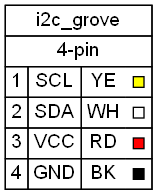
bareboat-necessities/wireviz-4-boats keeps this Graphviz diagram as i2c/i2c-grove.png. Above is the earlier version. Its source is kept beside it as i2c/i2c-grove.gv. The source it was exported from:
```dot
graph {
	graph [bgcolor="#FFFFFF" fontname=arial nodesep=0.33 rankdir=LR ranksep=2]
	node [fillcolor="#FFFFFF" fontname=arial height=0 margin=0 shape=none style=filled width=0]
	edge [fontname=arial style=bold]
	i2c_grove [label=<
<table border="0" cellspacing="0" cellpadding="0">
 <tr><td>
  <table border="0" cellspacing="0" cellpadding="3" cellborder="1"><tr>
   <td balign="left">i2c_grove</td>
  </tr></table>
 </td></tr>
 <tr><td>
  <table border="0" cellspacing="0" cellpadding="3" cellborder="1"><tr>
   <td balign="left">4-pin</td>
  </tr></table>
 </td></tr>
 <tr><td>
  <table border="0" cellspacing="0" cellpadding="3" cellborder="1">
   <tr>
    <td port="p1l">1</td>
    <td>SCL</td>
    <td sides="tbl">YE</td>
    <td sides="tbr">
     <table border="0" cellborder="1"><tr>
      <td bgcolor="#FFFF00" width="8" height="8" fixedsize="true"></td>
     </tr></table>
    </td>
   </tr>
   <tr>
    <td port="p2l">2</td>
    <td>SDA</td>
    <td sides="tbl">WH</td>
    <td sides="tbr">
     <table border="0" cellborder="1"><tr>
      <td bgcolor="#FFFFFF" width="8" height="8" fixedsize="true"></td>
     </tr></table>
    </td>
   </tr>
   <tr>
    <td port="p3l">3</td>
    <td>VCC</td>
    <td sides="tbl">RD</td>
    <td sides="tbr">
     <table border="0" cellborder="1"><tr>
      <td bgcolor="#FF0000" width="8" height="8" fixedsize="true"></td>
     </tr></table>
    </td>
   </tr>
   <tr>
    <td port="p4l">4</td>
    <td>GND</td>
    <td sides="tbl">BK</td>
    <td sides="tbr">
     <table border="0" cellborder="1"><tr>
      <td bgcolor="#000000" width="8" height="8" fixedsize="true"></td>
     </tr></table>
    </td>
   </tr>
  </table>
 </td></tr>
</table>
> fillcolor="#FFFFFF" shape=box style=filled]
}
```
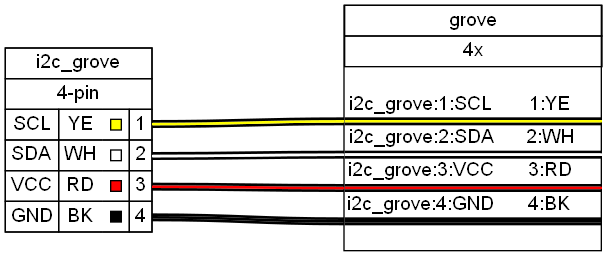
The same diagram one commit later.

What changed in the source:
```diff
@@ -17,7 +17,6 @@
  <tr><td>
   <table border="0" cellspacing="0" cellpadding="3" cellborder="1">
    <tr>
-    <td port="p1l">1</td>
     <td>SCL</td>
     <td sides="tbl">YE</td>
     <td sides="tbr">
@@ -25,9 +24,9 @@
       <td bgcolor="#FFFF00" width="8" height="8" fixedsize="true"></td>
      </tr></table>
     </td>
+    <td port="p1r">1</td>
    </tr>
    <tr>
-    <td port="p2l">2</td>
     <td>SDA</td>
     <td sides="tbl">WH</td>
     <td sides="tbr">
@@ -35,9 +34,9 @@
       <td bgcolor="#FFFFFF" width="8" height="8" fixedsize="true"></td>
      </tr></table>
     </td>
+    <td port="p2r">2</td>
    </tr>
    <tr>
-    <td port="p3l">3</td>
     <td>VCC</td>
     <td sides="tbl">RD</td>
     <td sides="tbr">
@@ -45,9 +44,9 @@
       <td bgcolor="#FF0000" width="8" height="8" fixedsize="true"></td>
      </tr></table>
     </td>
+    <td port="p3r">3</td>
    </tr>
    <tr>
-    <td port="p4l">4</td>
     <td>GND</td>
     <td sides="tbl">BK</td>
     <td sides="tbr">
@@ -55,9 +54,102 @@
       <td bgcolor="#000000" width="8" height="8" fixedsize="true"></td>
      </tr></table>
     </td>
+    <td port="p4r">4</td>
    </tr>
   </table>
  </td></tr>
 </table>
 > fillcolor="#FFFFFF" shape=box style=filled]
+	edge [color="#000000:#ffff00:#000000"]
+	i2c_grove:p1r:e -- grove:w1:w
+	edge [color="#000000:#ffffff:#000000"]
+	i2c_grove:p2r:e -- grove:w2:w
+	edge [color="#000000:#ff0000:#000000"]
+	i2c_grove:p3r:e -- grove:w3:w
+	edge [color="#000000:#000000:#000000"]
+	i2c_grove:p4r:e -- grove:w4:w
+	grove [label=<
+<table border="0" cellspacing="0" cellpadding="0">
+ <tr><td>
+  <table border="0" cellspacing="0" cellpadding="3" cellborder="1"><tr>
+   <td balign="left">grove</td>
+  </tr></table>
+ </td></tr>
+ <tr><td>
+  <table border="0" cellspacing="0" cellpadding="3" cellborder="1"><tr>
+   <td balign="left">4x</td>
+  </tr></table>
+ </td></tr>
+ <tr><td>
+  <table border="0" cellspacing="0" cellborder="0">
+   <tr><td>&nbsp;</td></tr>
+   <tr>
+    <td>i2c_grove:1:SCL</td>
+    <td>
+     1:YE
+    </td>
+    <td><!-- 1_out --></td>
+   </tr>
+   <tr>
+    <td colspan="3" border="0" cellspacing="0" cellpadding="0" port="w1" height="6">
+     <table cellspacing="0" cellborder="0" border="0">
+      <tr><td colspan="3" cellpadding="0" height="2" bgcolor="#000000" border="0"></td></tr>
+      <tr><td colspan="3" cellpadding="0" height="2" bgcolor="#ffff00" border="0"></td></tr>
+      <tr><td colspan="3" cellpadding="0" height="2" bgcolor="#000000" border="0"></td></tr>
+     </table>
+    </td>
+   </tr>
+   <tr>
+    <td>i2c_grove:2:SDA</td>
+    <td>
+     2:WH
+    </td>
+    <td><!-- 2_out --></td>
+   </tr>
+   <tr>
+    <td colspan="3" border="0" cellspacing="0" cellpadding="0" port="w2" height="6">
+     <table cellspacing="0" cellborder="0" border="0">
+      <tr><td colspan="3" cellpadding="0" height="2" bgcolor="#000000" border="0"></td></tr>
+      <tr><td colspan="3" cellpadding="0" height="2" bgcolor="#ffffff" border="0"></td></tr>
+      <tr><td colspan="3" cellpadding="0" height="2" bgcolor="#000000" border="0"></td></tr>
+     </table>
+    </td>
+   </tr>
+   <tr>
+    <td>i2c_grove:3:VCC</td>
+    <td>
+     3:RD
+    </td>
+    <td><!-- 3_out --></td>
+   </tr>
+   <tr>
+    <td colspan="3" border="0" cellspacing="0" cellpadding="0" port="w3" height="6">
+     <table cellspacing="0" cellborder="0" border="0">
+      <tr><td colspan="3" cellpadding="0" height="2" bgcolor="#000000" border="0"></td></tr>
+      <tr><td colspan="3" cellpadding="0" height="2" bgcolor="#ff0000" border="0"></td></tr>
+      <tr><td colspan="3" cellpadding="0" height="2" bgcolor="#000000" border="0"></td></tr>
+     </table>
+    </td>
+   </tr>
+   <tr>
+    <td>i2c_grove:4:GND</td>
+    <td>
+     4:BK
+    </td>
+    <td><!-- 4_out --></td>
+   </tr>
+   <tr>
+    <td colspan="3" border="0" cellspacing="0" cellpadding="0" port="w4" height="6">
+     <table cellspacing="0" cellborder="0" border="0">
+      <tr><td colspan="3" cellpadding="0" height="2" bgcolor="#000000" border="0"></td></tr>
+      <tr><td colspan="3" cellpadding="0" height="2" bgcolor="#000000" border="0"></td></tr>
+      <tr><td colspan="3" cellpadding="0" height="2" bgcolor="#000000" border="0"></td></tr>
+     </table>
+    </td>
+   </tr>
+   <tr><td>&nbsp;</td></tr>
+  </table>
+ </td></tr>
+</table>
+> fillcolor="#FFFFFF" shape=box style=filled]
 }
```
